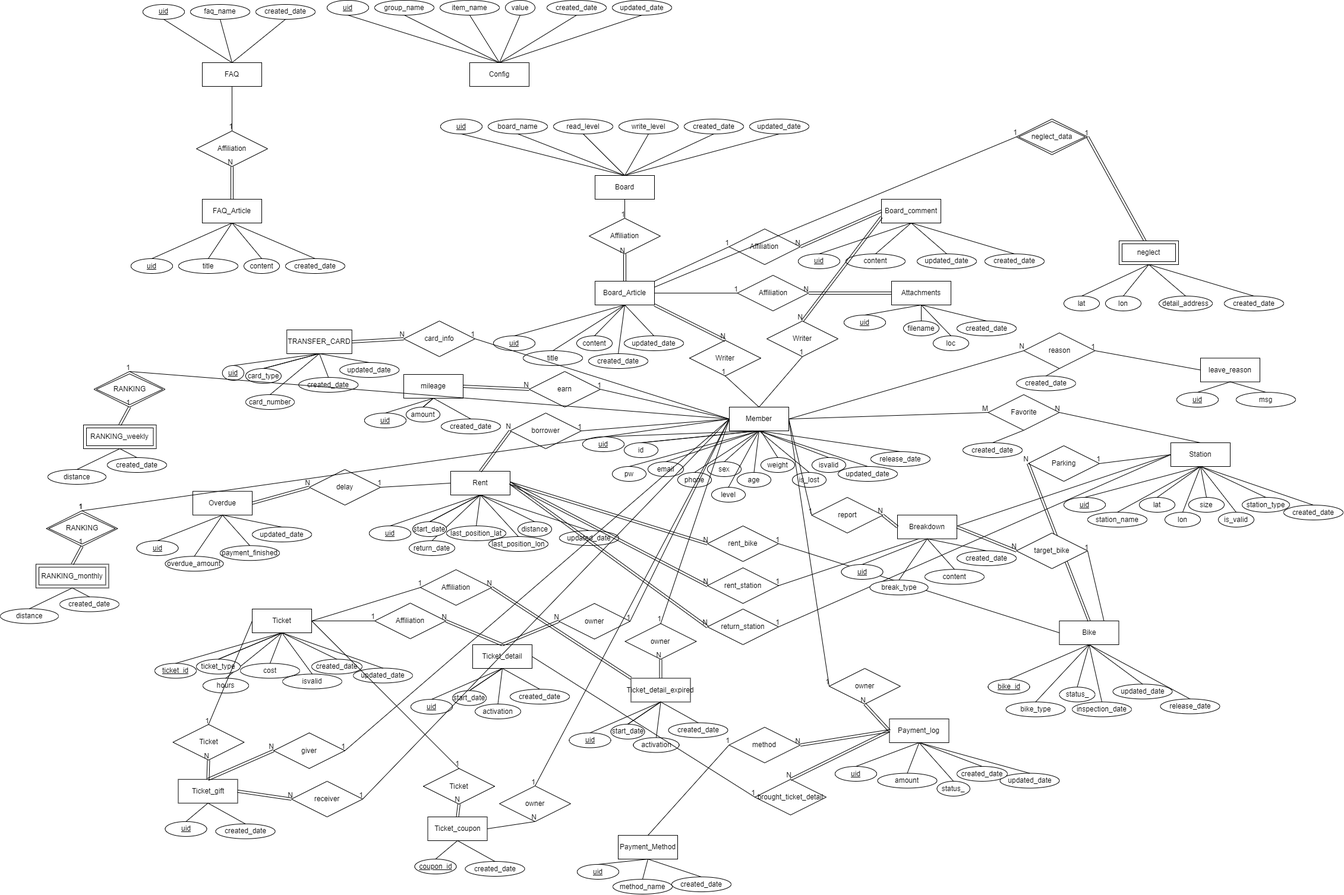
The draw.io diagram DB_ER_MODEL.drawio.png in ns0416/KW_CIE_23-2_DB, before a commit. Source tidied: cells renumbered, new cells last; positions are measured from the earlier drawing's top-left corner, leaving out a move shared by most shapes.
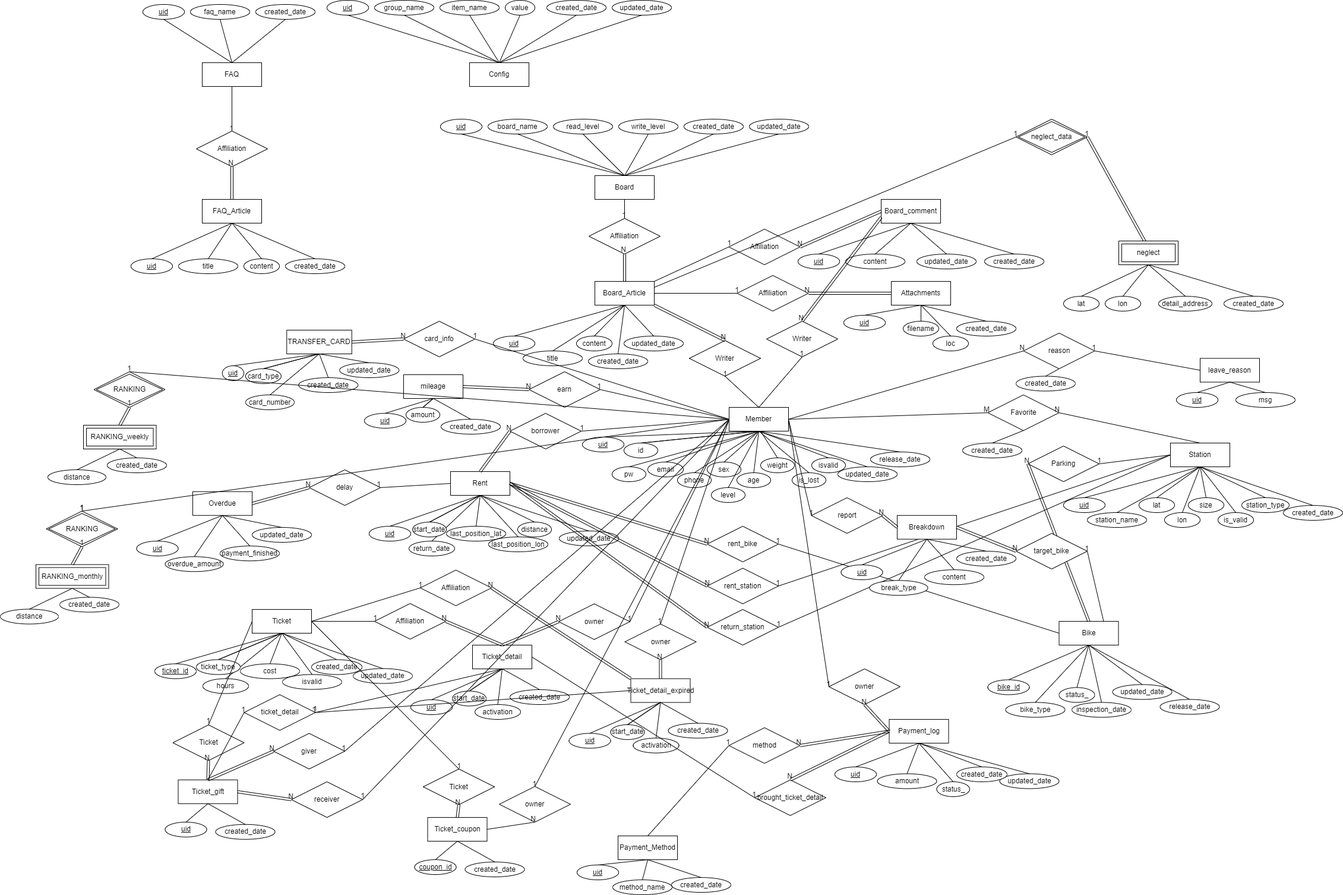
After the commit.

What changed in the source:
```diff
@@ -1331,5 +1331,26 @@
     <mxCell id="442" style="edgeStyle=none;rounded=0;jettySize=auto;html=1;exitX=0.5;exitY=0;exitDx=0;exitDy=0;entryX=0.5;entryY=1;entryDx=0;entryDy=0;endArrow=none;endFill=0;" parent="1" edge="1" source="441" target="436">
       <mxGeometry relative="1" as="geometry" />
     </mxCell>
+    <mxCell id="443" value="ticket_detail" style="shape=rhombus;perimeter=rhombusPerimeter;whiteSpace=wrap;html=1;align=center;" parent="1" vertex="1">
+      <mxGeometry x="410.5" y="1168.4" width="120" height="60" as="geometry" />
+    </mxCell>
+    <mxCell id="444" style="endArrow=none;html=1;rounded=0;entryX=0;entryY=0.5;entryDx=0;entryDy=0;exitX=0.5;exitY=0;exitDx=0;exitDy=0;" parent="1" edge="1" source="270" target="443">
+      <mxGeometry relative="1" as="geometry" />
+    </mxCell>
+    <mxCell id="445" value="1" style="html=1;align=right;verticalAlign=bottom;" parent="444" vertex="1">
+      <mxGeometry x="1" relative="1" as="geometry" />
+    </mxCell>
+    <mxCell id="446" style="endArrow=none;html=1;rounded=0;entryX=1;entryY=0.5;entryDx=0;entryDy=0;exitX=0.5;exitY=1;exitDx=0;exitDy=0;" parent="1" edge="1" source="219" target="443">
+      <mxGeometry relative="1" as="geometry" />
+    </mxCell>
+    <mxCell id="447" value="1" style="html=1;align=right;verticalAlign=bottom;" parent="446" vertex="1">
+      <mxGeometry x="1" relative="1" as="geometry" />
+    </mxCell>
+    <mxCell id="448" style="endArrow=none;html=1;rounded=0;entryX=1;entryY=0.5;entryDx=0;entryDy=0;exitX=0;exitY=0.5;exitDx=0;exitDy=0;" parent="1" edge="1" source="255" target="443">
+      <mxGeometry relative="1" as="geometry" />
+    </mxCell>
+    <mxCell id="449" value="1" style="html=1;align=right;verticalAlign=bottom;" parent="448" vertex="1">
+      <mxGeometry x="1" relative="1" as="geometry" />
+    </mxCell>
   </root>
 </mxGraphModel>
```
